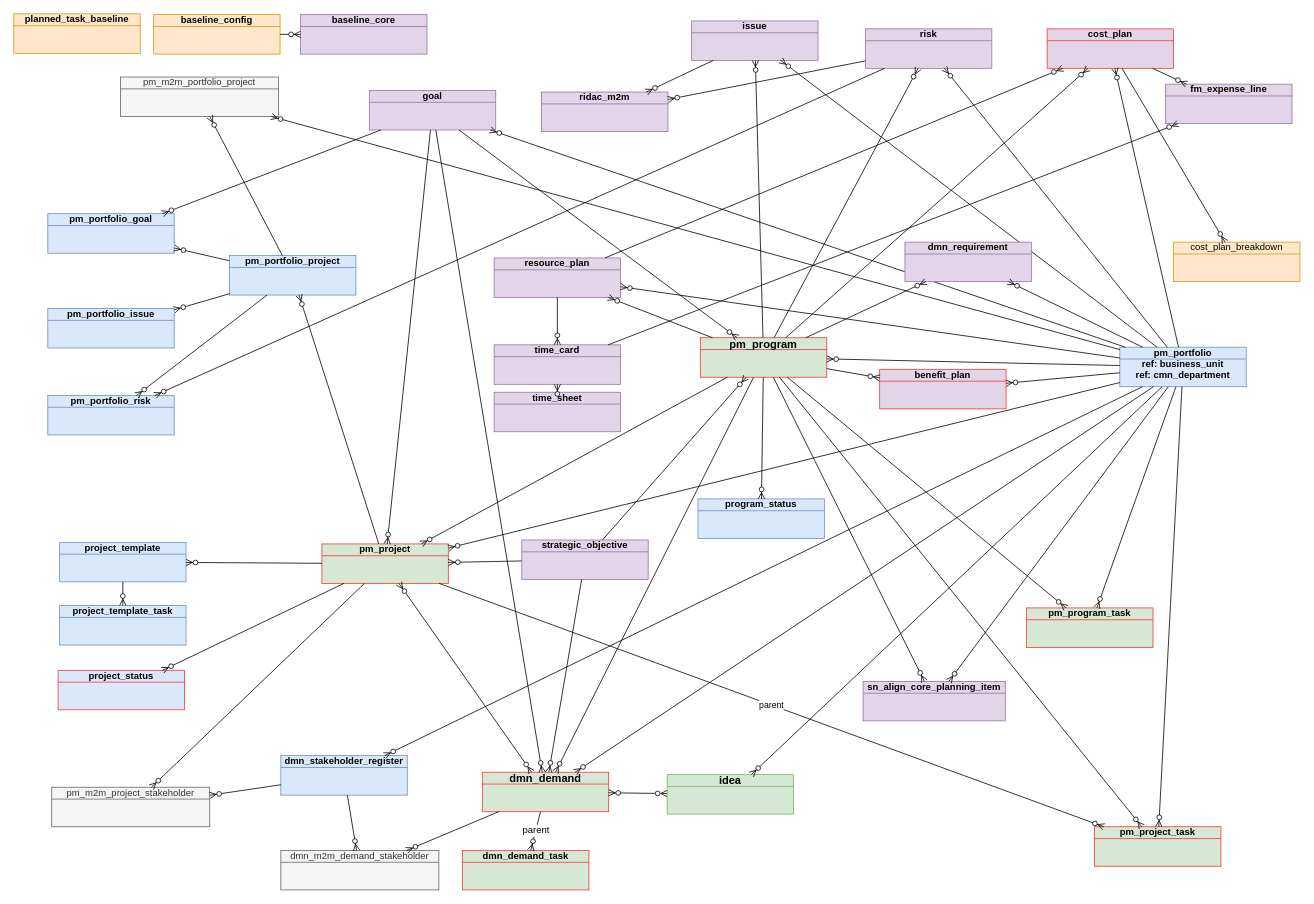
Before: page "justContextDB" (2 of 13) of JTI.drawio in algimas/tmp, a draw.io diagram. Source tidied: cells renumbered, new cells numbered last; positions are measured from the earlier drawing's top-left corner, leaving out a move shared by most shapes. Both pictures are drawn from the tidied source at 79%, with x=0, y=0 at pixel (13, 13).
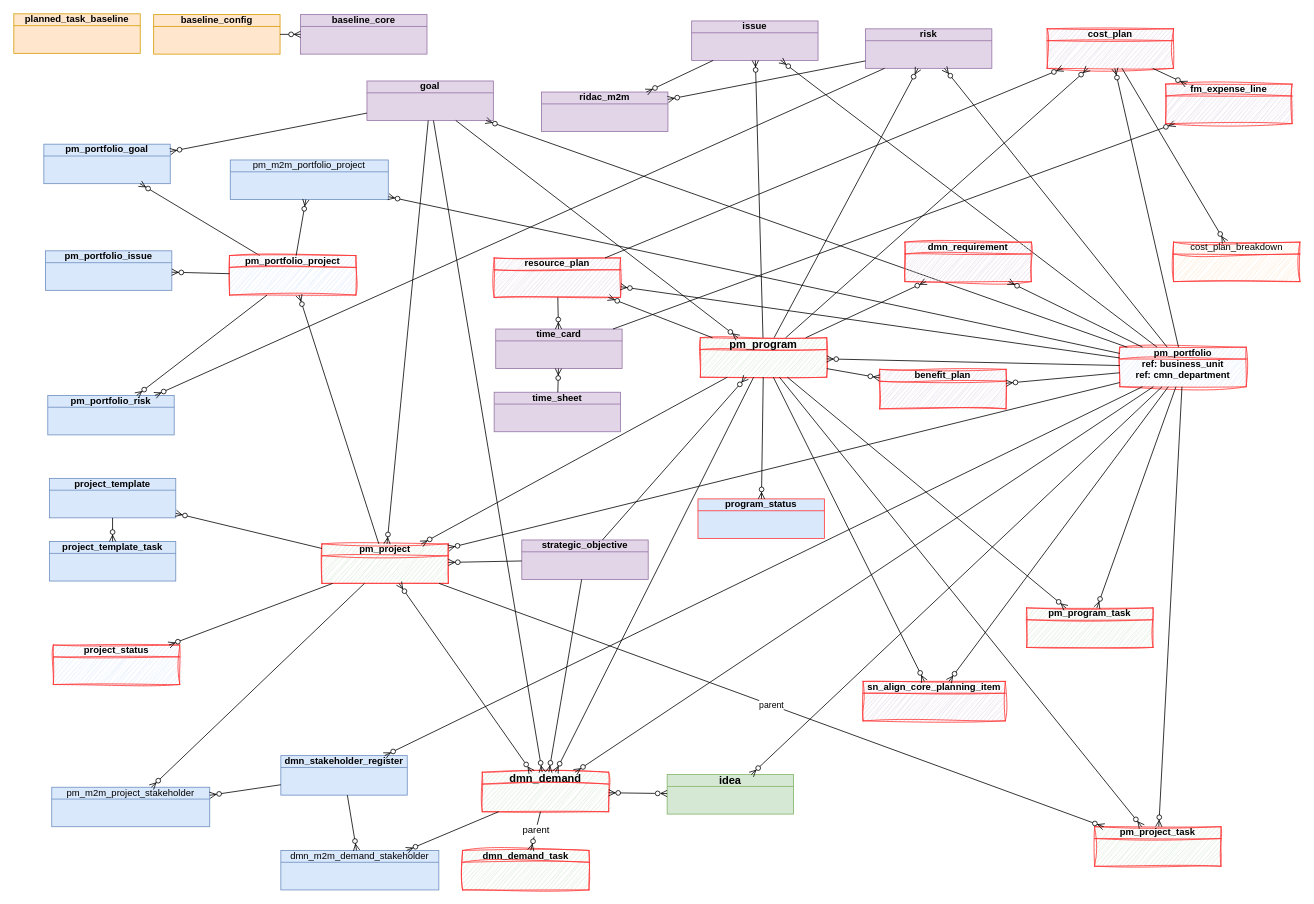
The same diagram, later.

Diff of the diagram source:
```diff
@@
     <mxCell id="2" value="pm_portfolio_goal" style="html=1;outlineConnect=0;whiteSpace=wrap;fillColor=#dae8fc;shape=mxgraph.archimate3.businessObject;overflow=fill;strokeColor=#6c8ebf;fontStyle=1;" parent="1" vertex="1">
-      <mxGeometry x="43" y="253" width="160" height="50" as="geometry" />
+      <mxGeometry x="38" y="165" width="160" height="50" as="geometry" />
     </mxCell>
@@
-    <mxCell id="4" value="pm_project" style="html=1;outlineConnect=0;whiteSpace=wrap;fillColor=#d5e8d4;shape=mxgraph.archimate3.businessObject;overflow=fill;strokeColor=#FF3333;fontStyle=1;" parent="1" vertex="1">
+    <mxCell id="4" value="pm_project" style="html=1;outlineConnect=0;whiteSpace=wrap;fillColor=#d5e8d4;shape=mxgraph.archimate3.businessObject;overflow=fill;strokeColor=#FF3333;fontStyle=1;sketch=1;curveFitting=1;jiggle=2;" parent="1" vertex="1">
       <mxGeometry x="390" y="671" width="160" height="50" as="geometry" />
     </mxCell>
     <mxCell id="5" value="project_template" style="html=1;outlineConnect=0;whiteSpace=wrap;fillColor=#dae8fc;shape=mxgraph.archimate3.businessObject;overflow=fill;strokeColor=#6c8ebf;fontStyle=1;" parent="1" vertex="1">
-      <mxGeometry x="58" y="669" width="160" height="50" as="geometry" />
+      <mxGeometry x="45" y="588" width="160" height="50" as="geometry" />
     </mxCell>
@@
-    <mxCell id="7" value="dmn_demand" style="html=1;outlineConnect=0;whiteSpace=wrap;fillColor=#d5e8d4;shape=mxgraph.archimate3.businessObject;overflow=fill;strokeColor=#FF3333;fontStyle=1;fontSize=14;" parent="1" vertex="1">
+    <mxCell id="7" value="dmn_demand" style="html=1;outlineConnect=0;whiteSpace=wrap;fillColor=#d5e8d4;shape=mxgraph.archimate3.businessObject;overflow=fill;strokeColor=#FF3333;fontStyle=1;fontSize=14;sketch=1;curveFitting=1;jiggle=2;" parent="1" vertex="1">
       <mxGeometry x="593" y="960" width="160" height="50" as="geometry" />
     </mxCell>
-    <mxCell id="8" value="pm_program_task" style="html=1;outlineConnect=0;whiteSpace=wrap;fillColor=#d5e8d4;shape=mxgraph.archimate3.businessObject;overflow=fill;strokeColor=#FF3333;fontStyle=1;" parent="1" vertex="1">
+    <mxCell id="8" value="pm_program_task" style="html=1;outlineConnect=0;whiteSpace=wrap;fillColor=#d5e8d4;shape=mxgraph.archimate3.businessObject;overflow=fill;strokeColor=#FF3333;fontStyle=1;sketch=1;curveFitting=1;jiggle=2;" parent="1" vertex="1">
       <mxGeometry x="1282" y="752" width="160" height="50" as="geometry" />
     </mxCell>
-    <mxCell id="9" value="&lt;span&gt;pm_portfolio&lt;/span&gt;&lt;div&gt;ref: business_unit&lt;/div&gt;&lt;div&gt;ref: cmn_department&lt;/div&gt;" style="html=1;outlineConnect=0;whiteSpace=wrap;fillColor=#dae8fc;shape=mxgraph.archimate3.businessObject;overflow=fill;strokeColor=#6c8ebf;fontStyle=1;" parent="1" vertex="1">
+    <mxCell id="9" value="&lt;span&gt;pm_portfolio&lt;/span&gt;&lt;div&gt;ref: business_unit&lt;/div&gt;&lt;div&gt;ref: cmn_department&lt;/div&gt;" style="html=1;outlineConnect=0;whiteSpace=wrap;fillColor=#dae8fc;shape=mxgraph.archimate3.businessObject;overflow=fill;strokeColor=#FF3333;fontStyle=1;sketch=1;curveFitting=1;jiggle=2;" parent="1" vertex="1">
       <mxGeometry x="1400" y="422" width="160" height="50" as="geometry" />
     </mxCell>
@@
-    <mxCell id="11" value="project_status" style="html=1;outlineConnect=0;whiteSpace=wrap;fillColor=#dae8fc;shape=mxgraph.archimate3.businessObject;overflow=fill;strokeColor=#FF3333;fontStyle=1;" parent="1" vertex="1">
-      <mxGeometry x="56" y="831" width="160" height="50" as="geometry" />
+    <mxCell id="11" value="project_status" style="html=1;outlineConnect=0;whiteSpace=wrap;fillColor=#dae8fc;shape=mxgraph.archimate3.businessObject;overflow=fill;strokeColor=#FF3333;fontStyle=1;sketch=1;curveFitting=1;jiggle=2;" parent="1" vertex="1">
+      <mxGeometry x="50" y="799" width="160" height="50" as="geometry" />
     </mxCell>
@@
     <mxCell id="13" value="pm_portfolio_issue" style="html=1;outlineConnect=0;whiteSpace=wrap;fillColor=#dae8fc;shape=mxgraph.archimate3.businessObject;overflow=fill;strokeColor=#6c8ebf;fontStyle=1;" parent="1" vertex="1">
-      <mxGeometry x="43" y="373" width="160" height="50" as="geometry" />
+      <mxGeometry x="40" y="300" width="160" height="50" as="geometry" />
     </mxCell>
-    <mxCell id="14" value="pm_portfolio_project" style="html=1;outlineConnect=0;whiteSpace=wrap;fillColor=#dae8fc;shape=mxgraph.archimate3.businessObject;overflow=fill;strokeColor=#6c8ebf;fontStyle=1;" parent="1" vertex="1">
+    <mxCell id="14" value="pm_portfolio_project" style="html=1;outlineConnect=0;whiteSpace=wrap;fillColor=#dae8fc;shape=mxgraph.archimate3.businessObject;overflow=fill;strokeColor=#FF3333;fontStyle=1;sketch=1;curveFitting=1;jiggle=2;" parent="1" vertex="1">
       <mxGeometry x="273" y="306" width="160" height="50" as="geometry" />
     </mxCell>
@@
-    <mxCell id="16" value="pm_project_task" style="html=1;outlineConnect=0;whiteSpace=wrap;fillColor=#d5e8d4;shape=mxgraph.archimate3.businessObject;overflow=fill;strokeColor=#FF3333;fontStyle=1;" parent="1" vertex="1">
+    <mxCell id="16" value="pm_project_task" style="html=1;outlineConnect=0;whiteSpace=wrap;fillColor=#d5e8d4;shape=mxgraph.archimate3.businessObject;overflow=fill;strokeColor=#FF3333;fontStyle=1;sketch=1;curveFitting=1;jiggle=2;" parent="1" vertex="1">
       <mxGeometry x="1368" y="1029" width="160" height="50" as="geometry" />
     </mxCell>
@@
-    <mxCell id="18" value="dmn_demand_task" style="html=1;outlineConnect=0;whiteSpace=wrap;fillColor=#d5e8d4;shape=mxgraph.archimate3.businessObject;overflow=fill;strokeColor=#FF3333;fontStyle=1;" parent="1" vertex="1">
+    <mxCell id="18" value="dmn_demand_task" style="html=1;outlineConnect=0;whiteSpace=wrap;fillColor=#d5e8d4;shape=mxgraph.archimate3.businessObject;overflow=fill;strokeColor=#FF3333;fontStyle=1;sketch=1;curveFitting=1;jiggle=2;" parent="1" vertex="1">
       <mxGeometry x="568" y="1059" width="160" height="50" as="geometry" />
     </mxCell>
@@
     <mxCell id="20" value="project_template_task" style="html=1;outlineConnect=0;whiteSpace=wrap;fillColor=#dae8fc;shape=mxgraph.archimate3.businessObject;overflow=fill;strokeColor=#6c8ebf;fontStyle=1;" parent="1" vertex="1">
-      <mxGeometry x="58" y="749" width="160" height="50" as="geometry" />
+      <mxGeometry x="45" y="668" width="160" height="50" as="geometry" />
     </mxCell>
@@
-    <mxCell id="28" value="pm_program" style="html=1;outlineConnect=0;whiteSpace=wrap;fillColor=#d5e8d4;shape=mxgraph.archimate3.businessObject;overflow=fill;strokeColor=#FF3333;fontStyle=1;fontSize=14;" parent="1" vertex="1">
+    <mxCell id="28" value="pm_program" style="html=1;outlineConnect=0;whiteSpace=wrap;fillColor=#d5e8d4;shape=mxgraph.archimate3.businessObject;overflow=fill;strokeColor=#FF3333;fontStyle=1;fontSize=14;sketch=1;curveFitting=1;jiggle=2;" parent="1" vertex="1">
       <mxGeometry x="869" y="410" width="160" height="50" as="geometry" />
     </mxCell>
@@
     <mxCell id="34" value="goal" style="html=1;outlineConnect=0;whiteSpace=wrap;fillColor=#e1d5e7;shape=mxgraph.archimate3.businessObject;overflow=fill;strokeColor=#9673a6;fontStyle=1;" parent="1" vertex="1">
-      <mxGeometry x="450" y="97" width="160" height="50" as="geometry" />
+      <mxGeometry x="447" y="85" width="160" height="50" as="geometry" />
     </mxCell>
@@
-    <mxCell id="46" value="cost_plan" style="html=1;outlineConnect=0;whiteSpace=wrap;fillColor=#e1d5e7;shape=mxgraph.archimate3.businessObject;overflow=fill;strokeColor=#FF3333;fontStyle=1;shadow=0;" parent="1" vertex="1">
+    <mxCell id="46" value="cost_plan" style="html=1;outlineConnect=0;whiteSpace=wrap;fillColor=#e1d5e7;shape=mxgraph.archimate3.businessObject;overflow=fill;strokeColor=#FF3333;fontStyle=1;shadow=0;sketch=1;curveFitting=1;jiggle=2;" parent="1" vertex="1">
       <mxGeometry x="1308" y="19" width="160" height="50" as="geometry" />
     </mxCell>
@@
-    <mxCell id="53" value="dmn_m2m_demand_stakeholder" style="html=1;outlineConnect=0;whiteSpace=wrap;fillColor=#f5f5f5;shape=mxgraph.archimate3.businessObject;overflow=fill;strokeColor=#666666;fontColor=#333333;" parent="1" vertex="1">
+    <mxCell id="53" value="dmn_m2m_demand_stakeholder" style="html=1;outlineConnect=0;whiteSpace=wrap;fillColor=#dae8fc;shape=mxgraph.archimate3.businessObject;overflow=fill;strokeColor=#6c8ebf;" parent="1" vertex="1">
       <mxGeometry x="338" y="1059" width="200" height="50" as="geometry" />
     </mxCell>
-    <mxCell id="54" value="pm_m2m_project_stakeholder" style="html=1;outlineConnect=0;whiteSpace=wrap;fillColor=#f5f5f5;shape=mxgraph.archimate3.businessObject;overflow=fill;strokeColor=#666666;fontColor=#333333;" parent="1" vertex="1">
+    <mxCell id="54" value="pm_m2m_project_stakeholder" style="html=1;outlineConnect=0;whiteSpace=wrap;fillColor=#dae8fc;shape=mxgraph.archimate3.businessObject;overflow=fill;strokeColor=#6c8ebf;" parent="1" vertex="1">
       <mxGeometry x="48" y="979" width="200" height="50" as="geometry" />
     </mxCell>
@@
-    <mxCell id="62" value="pm_m2m_portfolio_project" style="html=1;outlineConnect=0;whiteSpace=wrap;fillColor=#f5f5f5;shape=mxgraph.archimate3.businessObject;overflow=fill;strokeColor=#666666;fontColor=#333333;" parent="1" vertex="1">
-      <mxGeometry x="135" y="80" width="200" height="50" as="geometry" />
+    <mxCell id="62" value="pm_m2m_portfolio_project" style="html=1;outlineConnect=0;whiteSpace=wrap;fillColor=#dae8fc;shape=mxgraph.archimate3.businessObject;overflow=fill;strokeColor=#6c8ebf;" parent="1" vertex="1">
+      <mxGeometry x="274" y="185" width="200" height="50" as="geometry" />
     </mxCell>
@@
-    <mxCell id="69" value="fm_expense_line" style="html=1;outlineConnect=0;whiteSpace=wrap;fillColor=#e1d5e7;shape=mxgraph.archimate3.businessObject;overflow=fill;strokeColor=#9673a6;fontStyle=1;" parent="1" vertex="1">
+    <mxCell id="69" value="fm_expense_line" style="html=1;outlineConnect=0;whiteSpace=wrap;fillColor=#e1d5e7;shape=mxgraph.archimate3.businessObject;overflow=fill;strokeColor=#FF3333;fontStyle=1;sketch=1;curveFitting=1;jiggle=2;" parent="1" vertex="1">
       <mxGeometry x="1458" y="89" width="160" height="50" as="geometry" />
     </mxCell>
-    <mxCell id="70" value="cost_plan_breakdown" style="html=1;outlineConnect=0;whiteSpace=wrap;fillColor=#ffe6cc;shape=mxgraph.archimate3.businessObject;overflow=fill;strokeColor=#d79b00;" parent="1" vertex="1">
+    <mxCell id="70" value="cost_plan_breakdown" style="html=1;outlineConnect=0;whiteSpace=wrap;fillColor=#ffe6cc;shape=mxgraph.archimate3.businessObject;overflow=fill;strokeColor=#FF3333;sketch=1;curveFitting=1;jiggle=2;" parent="1" vertex="1">
       <mxGeometry x="1468" y="289" width="160" height="50" as="geometry" />
     </mxCell>
@@
-    <mxCell id="73" value="dmn_requirement" style="html=1;outlineConnect=0;whiteSpace=wrap;fillColor=#e1d5e7;shape=mxgraph.archimate3.businessObject;overflow=fill;strokeColor=#9673a6;fontStyle=1;" parent="1" vertex="1">
+    <mxCell id="73" value="dmn_requirement" style="html=1;outlineConnect=0;whiteSpace=wrap;fillColor=#e1d5e7;shape=mxgraph.archimate3.businessObject;overflow=fill;strokeColor=#FF3333;fontStyle=1;sketch=1;curveFitting=1;jiggle=2;" parent="1" vertex="1">
       <mxGeometry x="1128" y="289" width="160" height="50" as="geometry" />
     </mxCell>
@@
-    <mxCell id="76" value="sn_align_core_planning_item" style="html=1;outlineConnect=0;whiteSpace=wrap;fillColor=#e1d5e7;shape=mxgraph.archimate3.businessObject;overflow=fill;strokeColor=#9673a6;fontStyle=1;" parent="1" vertex="1">
+    <mxCell id="76" value="sn_align_core_planning_item" style="html=1;outlineConnect=0;whiteSpace=wrap;fillColor=#e1d5e7;shape=mxgraph.archimate3.businessObject;overflow=fill;strokeColor=#FF3333;fontStyle=1;sketch=1;curveFitting=1;jiggle=2;" parent="1" vertex="1">
       <mxGeometry x="1075" y="845" width="180" height="50" as="geometry" />
     </mxCell>
@@
-    <mxCell id="79" value="resource_plan" style="html=1;outlineConnect=0;whiteSpace=wrap;fillColor=#e1d5e7;shape=mxgraph.archimate3.businessObject;overflow=fill;strokeColor=#9673a6;fontStyle=1;" parent="1" vertex="1">
+    <mxCell id="79" value="resource_plan" style="html=1;outlineConnect=0;whiteSpace=wrap;fillColor=#e1d5e7;shape=mxgraph.archimate3.businessObject;overflow=fill;strokeColor=#FF3333;fontStyle=1;sketch=1;curveFitting=1;jiggle=2;" parent="1" vertex="1">
       <mxGeometry x="608" y="309" width="160" height="50" as="geometry" />
     </mxCell>
@@
     <mxCell id="81" value="time_card" style="html=1;outlineConnect=0;whiteSpace=wrap;fillColor=#e1d5e7;shape=mxgraph.archimate3.businessObject;overflow=fill;strokeColor=#9673a6;fontStyle=1;" parent="1" vertex="1">
-      <mxGeometry x="608" y="419" width="160" height="50" as="geometry" />
+      <mxGeometry x="610" y="399" width="160" height="50" as="geometry" />
     </mxCell>
@@
-    <mxCell id="88" value="benefit_plan" style="html=1;outlineConnect=0;whiteSpace=wrap;fillColor=#e1d5e7;shape=mxgraph.archimate3.businessObject;overflow=fill;strokeColor=#FF3333;fontStyle=1;" parent="1" vertex="1">
+    <mxCell id="88" value="benefit_plan" style="html=1;outlineConnect=0;whiteSpace=wrap;fillColor=#e1d5e7;shape=mxgraph.archimate3.businessObject;overflow=fill;strokeColor=#FF3333;fontStyle=1;sketch=1;curveFitting=1;jiggle=2;" parent="1" vertex="1">
       <mxGeometry x="1096" y="450" width="160" height="50" as="geometry" />
     </mxCell>
@@
-    <mxCell id="99" value="program_status" style="html=1;outlineConnect=0;whiteSpace=wrap;fillColor=#dae8fc;shape=mxgraph.archimate3.businessObject;overflow=fill;strokeColor=#6c8ebf;fontStyle=1;" parent="1" vertex="1">
+    <mxCell id="99" value="program_status" style="html=1;outlineConnect=0;whiteSpace=wrap;fillColor=#dae8fc;shape=mxgraph.archimate3.businessObject;overflow=fill;strokeColor=#FF3333;fontStyle=1;" parent="1" vertex="1">
       <mxGeometry x="866" y="614" width="160" height="50" as="geometry" />
     </mxCell>
```
